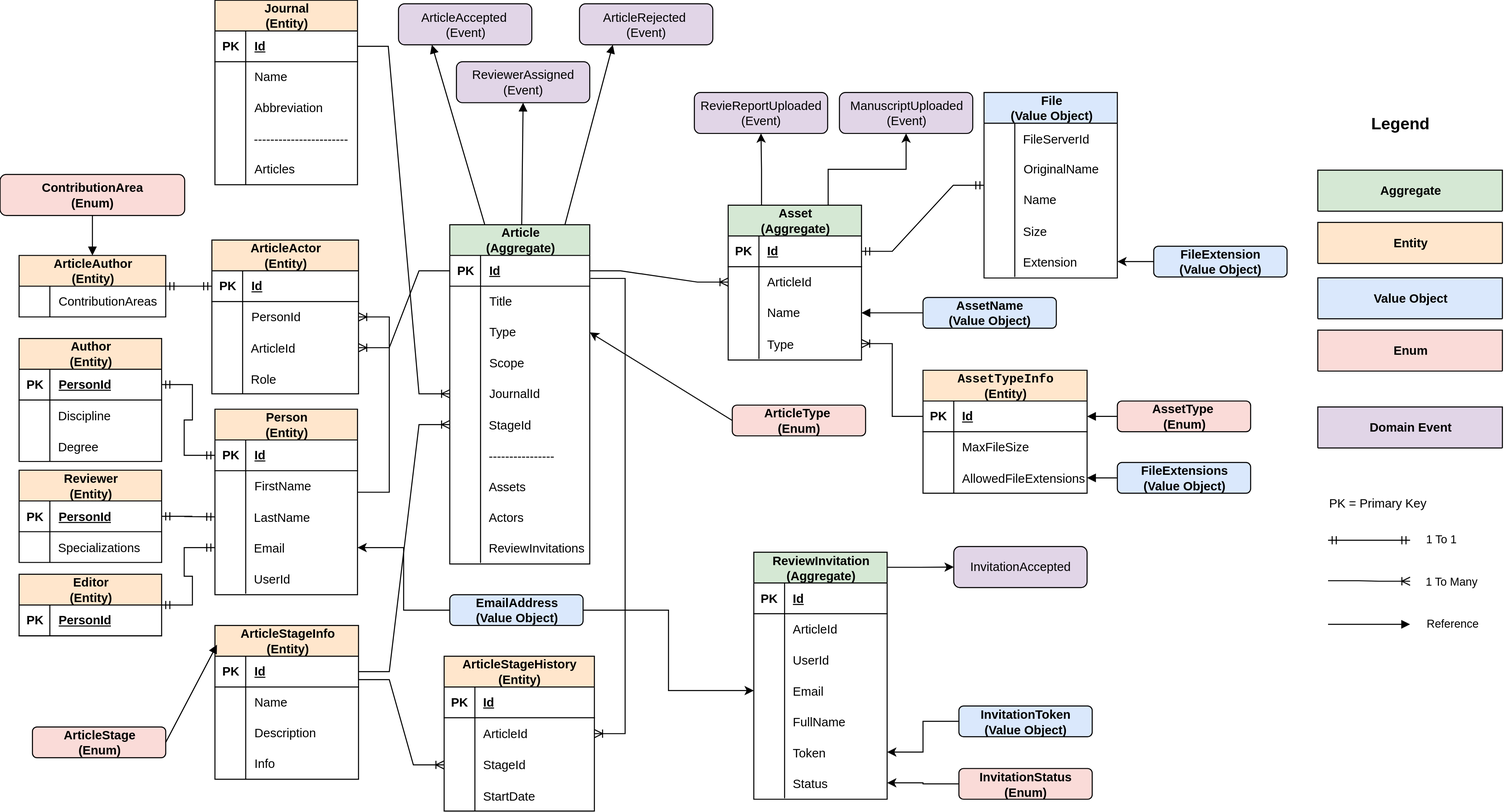
Before: docs/architecture/services/Review/C4-L4-Tactical DDD.svg, a diagram exported from draw.io (ldumit/Articles). Source tidied: cells renumbered, new cells last; positions are measured from the earlier drawing's top-left corner, leaving out a move shared by most shapes.
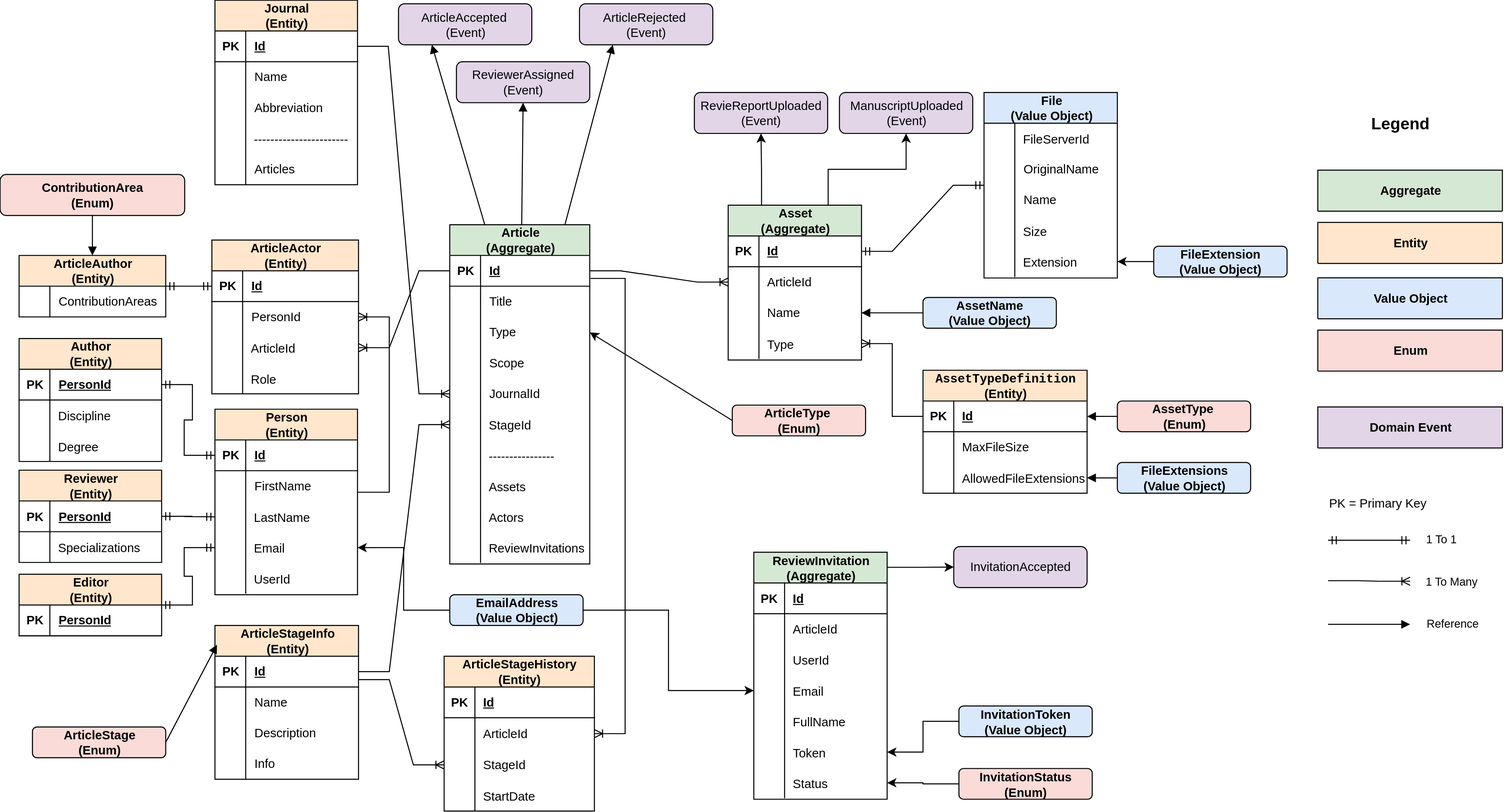
The same file after the commit.

Change to the diagram source:
```diff
@@ -516,7 +516,7 @@
     <mxCell id="170" value="ManuscriptUploaded&lt;br&gt;(Event)" style="rounded=1;whiteSpace=wrap;html=1;fillColor=#e1d5e7;" parent="1" vertex="1">
       <mxGeometry x="818.5" y="90" width="130" height="40" as="geometry" />
     </mxCell>
-    <mxCell id="171" value="&lt;code&gt;AssetTypeInfo&lt;/code&gt;&lt;br&gt;&lt;div&gt;(Entity)&lt;/div&gt;" style="shape=table;startSize=30;rowLines=0;fontStyle=1;align=center;html=1;fillColor=#FFE6CC;" parent="1" vertex="1">
+    <mxCell id="171" value="&lt;code&gt;AssetTypeDefinition&lt;/code&gt;&lt;br&gt;&lt;div&gt;(Entity)&lt;/div&gt;" style="shape=table;startSize=30;rowLines=0;fontStyle=1;align=center;html=1;fillColor=#FFE6CC;" parent="1" vertex="1">
       <mxGeometry x="900" y="361" width="160" height="120" as="geometry" />
     </mxCell>
     <mxCell id="172" style="shape=tableRow;horizontal=0;startSize=0;swimlaneHead=0;swimlaneBody=0;fillColor=none;points=[[0,0.5],[1,0.5]];portConstraint=eastwest;top=0;left=0;right=0;bottom=1;" parent="171" vertex="1">
```
